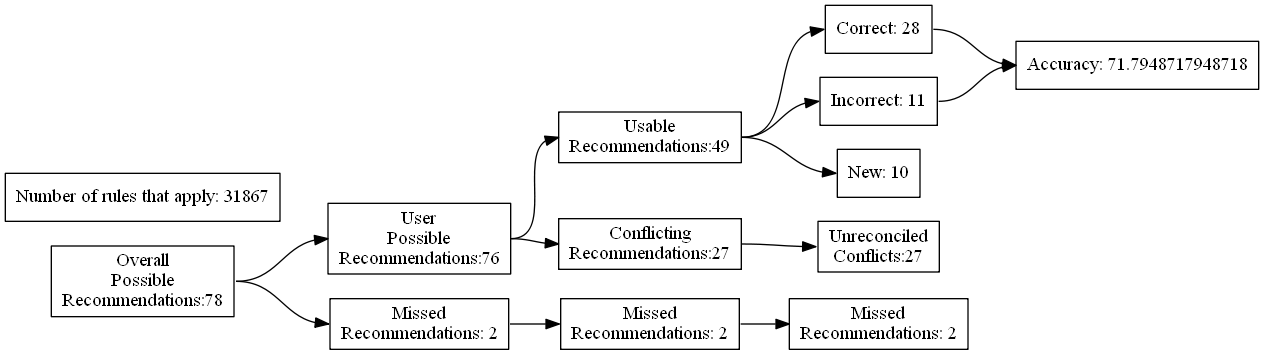
ZaxR/ibd_diet_analysis keeps this Graphviz diagram as test_renders/10.gv.png. Above is the earlier version. Its source is kept beside it as test_renders/10.gv.
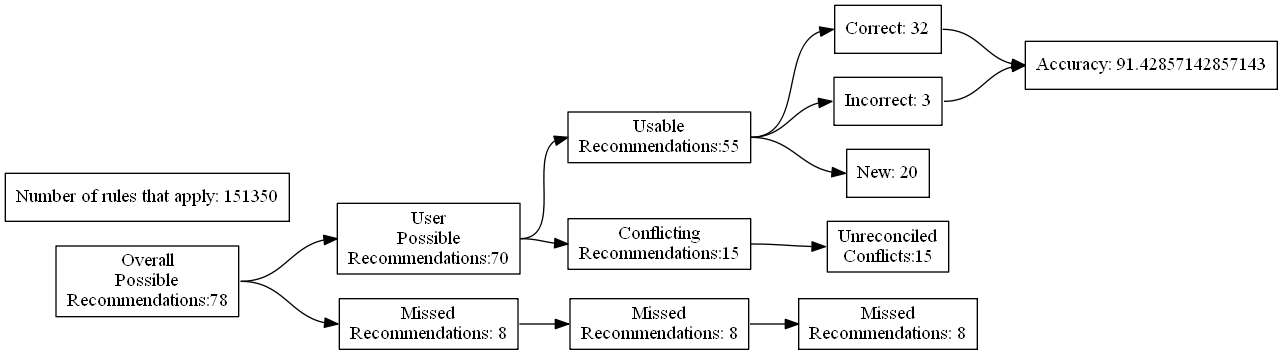
Above is the later version.

Change to the diagram source:
```diff
@@ -7,24 +7,24 @@
 Recommendations:78"]
 		B [label="User
 Possible
-Recommendations:76"]
+Recommendations:70"]
 		C [label="Missed
-Recommendations: 2"]
+Recommendations: 8"]
 		D [label="Usable
-Recommendations:49"]
+Recommendations:55"]
 		E [label="Conflicting
-Recommendations:27"]
+Recommendations:15"]
 		J [label="Missed
-Recommendations: 2"]
+Recommendations: 8"]
 		M [label="Unreconciled
-Conflicts:27"]
-		F [label="Correct: 28"]
-		G [label="Incorrect: 11"]
-		H [label="New: 10"]
+Conflicts:15"]
+		F [label="Correct: 32"]
+		G [label="Incorrect: 3"]
+		H [label="New: 20"]
 		K [label="Missed
-Recommendations: 2"]
-		I [label="Accuracy: 71.7948717948718"]
-		l [label="Number of rules that apply: 31867"]
+Recommendations: 8"]
+		I [label="Accuracy: 91.42857142857143"]
+		l [label="Number of rules that apply: 151350"]
 			A -> B
 			A -> C
 			B -> D
```
